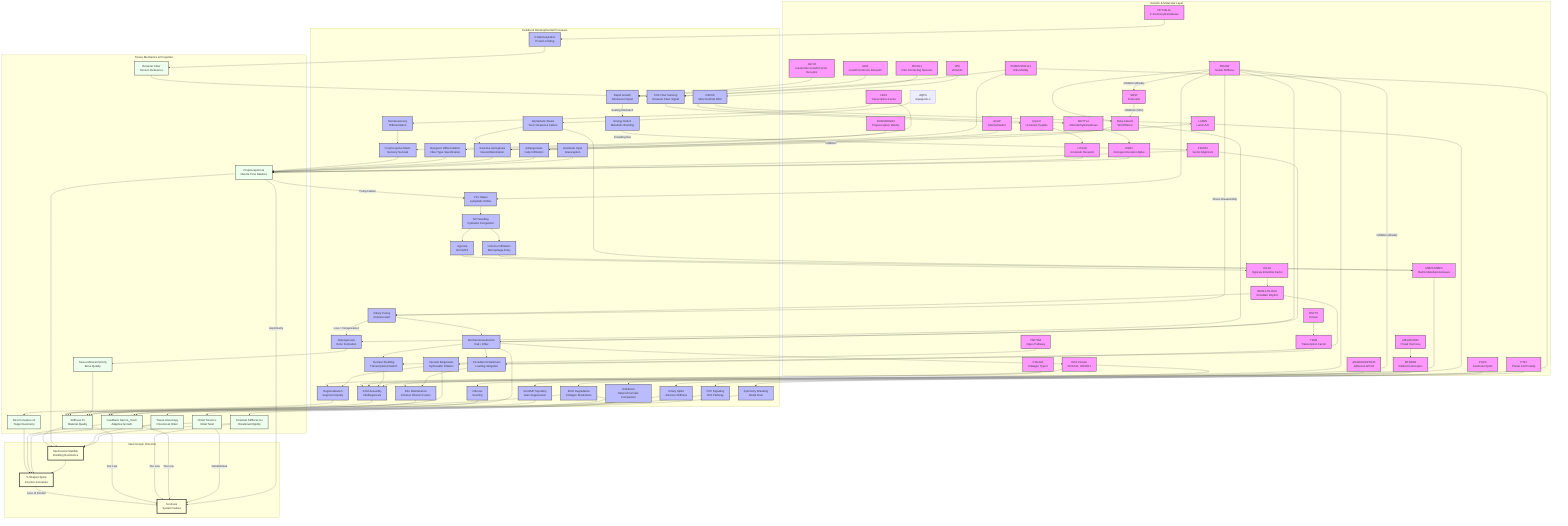
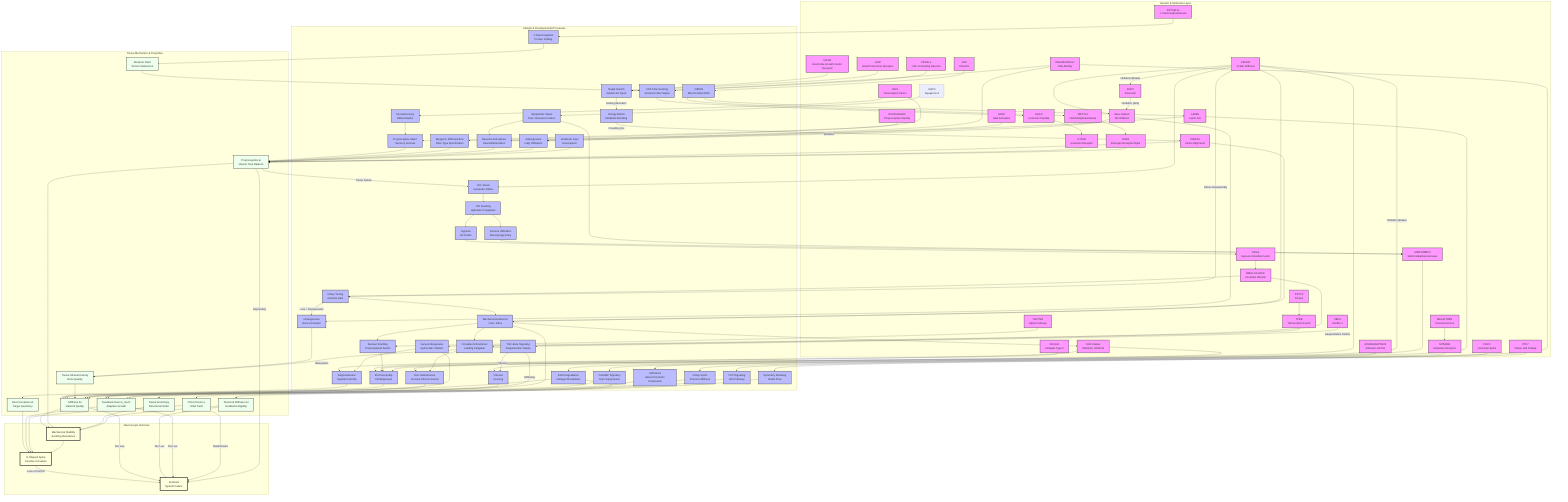
graph TD
    %% Subgraphs for Organization
    subgraph Genetics [Genetic & Molecular Layer]
        HOX[HOX Cluster<br/>HOXA10, HOXD11]
        COL[COL2A1<br/>Collagen Type II]
        PIEZO1[PIEZO1<br/>Scalar Stiffness]
        PIEZO2[PIEZO2<br/>Vector Alignment]
        CILIA[DNAH5/PKD1L1<br/>Cilia Motility]
        LBX1[LBX1<br/>Transcription Factor]
        ADGRG6[ADGRG6/GPR126<br/>Adhesion GPCR]
        PTK7[PTK7<br/>Planar Cell Polarity]
        YAP[YAP/TAZ<br/>Hippo Pathway]
        PKD2L1[PKD2L1<br/>CSF-Contacting Neurons]
        MMP[MMP1/MMP3<br/>Matrix Metalloproteinases]
        URP[Urp1/2<br/>Urotensin Peptide]
        UTS2R[UTS2R<br/>Urotensin Receptor]
        GFAP[GFAP<br/>Glial Activation]
        VIM[VIM<br/>Vimentin]
        LAMIN[LAMIN<br/>Lamin A/C]
        BMAL1[BMAL1/CLOCK<br/>Circadian Rhythm]
        RUNX3[RUNX3/EGR3<br/>Proprioceptive Identity]
        METTL3[METTL3<br/>m6A Methyltransferase]
        ESR1[ESR1<br/>Estrogen Receptor Alpha]
        AQP4[AQP4<br/>Aquaporin-4]
        MELATONIN[MELATONIN<br/>Pineal Hormone]
        MT2[MTNR1B<br/>Melatonin Receptor]
        HIF1A[HIF1A<br/>Hypoxia Inducible Factor]
        POC5[POC5<br/>Centriolar Splint]
        DSTYK[DSTYK<br/>Kinase]
        TFEB[TFEB<br/>Transcription Factor]
        Beta_Catenin[Beta-Catenin<br/>Wnt Effector]
        DPY19L1L[DPY19L1L<br/>C-mannosyltransferase]
        IGF1R[IGF1R<br/>Insulin-like Growth Factor Receptor]
        GHR[GHR<br/>Growth Hormone Receptor]
        SOST[SOST<br/>Sclerostin]
+         FBN1[FBN1<br/>Fibrillin-1]
    end

    subgraph Processes [Cellular & Developmental Processes]
        Astrogliosis[Reactive Astrogliosis<br/>Neuroinflammation]
        Region[Regionalization<br/>Segment Identity]
        ECM_Assembly[ECM Assembly<br/>Fibrillogenesis]
        Nucl_Shuttle[Nuclear Shuttling<br/>Transcriptional Switch]
        Mech_Trans[Mechanotransduction<br/>Ca2+ Influx]
        Sym_Break[Symmetry Breaking<br/>Nodal Flow]
        CSF_Sensing[CSF Flow Sensing<br/>Reissner Fiber Signal]
        Neur_Diff[Somatosensory<br/>Differentiation]
        Muscle_Diff[Myogenic Differentiation<br/>Fiber Type Specification]
        Disc_Maint[Disc Maintenance<br/>Annulus Fibrosis Fusion]
        PCP_Sig[PCP Signaling<br/>Wnt Pathway]
        Degradation[ECM Degradation<br/>Collagen Breakdown]
        mtROS[mtROS<br/>Mitochondrial ROS]
        Adipogenesis[Adipogenesis<br/>Fatty Infiltration]
        Hydraulic_Congestion[IVD Swelling<br/>Hydraulic Congestion]
        Immune_Infilt[Immune Infiltration<br/>Macrophage Entry]
        Circadian_Entrain[Circadian Entrainment<br/>Loading Zeitgeber]
        Proprio_Maint[Proprioceptive Maint.<br/>Sensory Survival]
        H3K9me3[H3K9me3<br/>Heterochromatin Compaction]
        VCL_Stasis[VCL Stasis<br/>Lymphatic Reflux]
        Glymphatic_Stasis[Glymphatic Stasis<br/>Toxic Clearance Failure]
        Vestibular_Input[Vestibular Input<br/>Graviception]
        Gi_cAMP[Gi/cAMP Signaling<br/>Gain Suppression]
        Ciliary_Tuning[Ciliary Tuning<br/>Antenna Gain]
        Hypoxia[Hypoxia<br/>O2 Deficit]
        Osteogenesis[Osteogenesis<br/>Bone Formation]
        Ciliary_Splint[Ciliary Splint<br/>Antenna Stiffness]
        Vacuole_Biogenesis[Vacuole Biogenesis<br/>Hydrostatic Inflation]
        C_Mannosylation[C-Mannosylation<br/>Protein Folding]
        Rapid_Growth[Rapid Growth<br/>Adolescent Spurt]
        Energy_Deficit[Energy Deficit<br/>Metabolic Buckling]
        Fibrosis[Fibrosis<br/>Scarring]
+         TGFB[TGF-Beta Signaling<br/>Sequestration Failure]
    end

    subgraph Tissue [Tissue Mechanics & Properties]
        Rest_Kappa[Rest Curvature κ0<br/>Target Geometry]
        Stiffness[Stiffness EI<br/>Material Quality]
        Torsional_Stiffness[Torsional Stiffness GJ<br/>Rotational Rigidity]
        Gain[Feedback Gain G_mech<br/>Adaptive Growth]
        Torsion[Chiral Torsion ε<br/>Initial Twist]
        Muscle_Tone[Proprioception &<br/>Muscle Tone Balance]
        Anisotropy[Tissue Anisotropy<br/>Directional Order]
        TMD[Tissue Mineral Density<br/>Bone Quality]
        Reissner_Fiber[Reissner Fiber<br/>Tension Reference]
    end

    subgraph Outcome [Macroscopic Outcome]
        S_Curve[S-Shaped Spine<br/>Counter-Curvature]
        Stability[Mechanical Stability<br/>Buckling Resistance]
        Scoliosis[Scoliosis<br/>System Failure]
    end

    %% Connections
    HOX --> Region
    Region --> Rest_Kappa
    Rest_Kappa --> S_Curve

    COL --> ECM_Assembly
    ECM_Assembly --> Stiffness
    Stiffness --> Stability

    PIEZO1 --> Mech_Trans
    PIEZO2 --> Mech_Trans
    Mech_Trans --> Gain
    Gain --> S_Curve

    %% NEW ARC: Piezo Duality (Vector-Scalar Mismatch)
    PIEZO1 --> ECM_Assembly
    PIEZO2 --> Muscle_Tone

    CILIA --> Sym_Break
    Sym_Break --> Torsion
    Torsion --> S_Curve

    LBX1 --> Neur_Diff
    LBX1 --> Muscle_Diff
    Neur_Diff --> Proprio_Maint
    Proprio_Maint --> Muscle_Tone
    Muscle_Diff --> Muscle_Tone
    Muscle_Tone --> Stability

    %% NEW ARC: Proprioceptive Maintenance
    RUNX3 --> Proprio_Maint

    %% NEW ARC: ADGRG6
    ADGRG6 --> Disc_Maint
    Disc_Maint --> Stiffness

    %% NEW ARC: PTK7
    PTK7 --> PCP_Sig
    PCP_Sig --> Anisotropy
    Anisotropy --> Stability

    %% NEW ARC: YAP/TAZ
    YAP --> Nucl_Shuttle
    Nucl_Shuttle --> ECM_Assembly
    Mech_Trans --> Nucl_Shuttle

    %% NEW ARC: CSF/Reissner Fiber
    CILIA --> CSF_Sensing
    PKD2L1 --> CSF_Sensing
    CSF_Sensing --> URP
    URP --> UTS2R
    UTS2R --> Muscle_Tone

    %% NEW ARC: MMP Degradation
    MMP --> Degradation
    Degradation --> Stiffness

    %% NEW ARC: Neuro-Inflammatory Pathway
    CILIA --> Astrogliosis
    GFAP --> Astrogliosis
    Astrogliosis --> Muscle_Tone

    %% NEW ARC: Vimentin Metabolic Switch
    VIM --> mtROS
    mtROS --> LAMIN
    LAMIN --> Adipogenesis
    Adipogenesis --> Muscle_Tone

    %% NEW ARC: Inflamed Torsion
    Hydraulic_Congestion --> Immune_Infilt
    Immune_Infilt --> MMP
    Degradation --> Torsional_Stiffness
    Torsional_Stiffness --> Stability

    %% NEW ARC: Glymphatic Stasis
    AQP4 --> Glymphatic_Stasis
    Glymphatic_Stasis --> Astrogliosis

    %% NEW ARC: Glymphatic-MMP Axis (Chen et al., 2025)
    Glymphatic_Stasis --> MMP

    %% NEW ARC: Melatonin Gain Control
    MELATONIN --> MT2
    MT2 --> Gi_cAMP
    Gi_cAMP --> Gain

    %% NEW ARC: Vestibular Asymmetry
    Vestibular_Input --> Muscle_Tone

    %% Cross-Talk and Failures
    Stability --> S_Curve
    S_Curve -- "Loss of Control" --> Scoliosis
    Stiffness -- "Too Low" --> Scoliosis
    Torsional_Stiffness -- "Too Low" --> Scoliosis
    Gain -- "Too Low" --> Scoliosis
    Torsion -- "Randomized" --> Scoliosis
    Muscle_Tone -- "Asymmetry" --> Scoliosis

    %% Styling
    classDef gene fill:#f9f,stroke:#333,stroke-width:2px;
    classDef process fill:#bbf,stroke:#333,stroke-width:2px;
    classDef tissue fill:#efe,stroke:#333,stroke-width:2px;
    classDef outcome fill:#ffd,stroke:#333,stroke-width:4px;

    %% NEW ARC: Spinal Jetlag
    BMAL1 --> Circadian_Entrain
    Mech_Trans --> Circadian_Entrain
    Circadian_Entrain --> Disc_Maint

    %% NEW ARC: Tunable Antenna (Miyoshi et al., 2024)
    BMAL1 --> Ciliary_Tuning
    Ciliary_Tuning --> Mech_Trans

    %% NEW ARC: Epigenetic Asymmetry
    mtROS --> METTL3
    METTL3 --> ESR1
    ESR1 --> Muscle_Tone

    %% NEW ARC: Nuclear Stiffness (Scalar Senescence)
    LAMIN --> H3K9me3
    H3K9me3 --> Gain

    %% NEW ARC: Lymphatic Drainage Pathway (VCL)
    Muscle_Tone -- "Pump Failure" --> VCL_Stasis
    VCL_Stasis --> Hydraulic_Congestion

    %% NEW ARC: Hypoxic Clock Block (HIF1A)
    Hydraulic_Congestion --> Hypoxia
    Hypoxia --> HIF1A
    HIF1A --> BMAL1

    %% NEW ARC: Tension-Dependent Identity (HOX)
    Mech_Trans --> HOX
    HOX --> ECM_Assembly

    %% NEW ARC: Bone Mineralization (Ramli et al., 2024)
    %% PIEZO1 --> Osteogenesis (Replaced by BMSC Switch below)
    Osteogenesis --> TMD
    TMD --> Stiffness

    %% NEW ARC: BMSC Fate Switch (Li et al., 2023)
    PIEZO1 --> Beta_Catenin
    Beta_Catenin --> Osteogenesis
    Beta_Catenin -- "Inhibition" --> Adipogenesis

    %% NEW ARC: Centriolar Splint (POC5)
    POC5 --> Ciliary_Splint
    Ciliary_Splint --> Gain

    %% NEW ARC: Hydrostatic Skeleton (DSTYK/TFEB)
    DSTYK --> TFEB
    TFEB --> Vacuole_Biogenesis
    Vacuole_Biogenesis --> Stiffness
    Vacuole_Biogenesis --> Region

    %% NEW ARC: Piezo-Cilia Stress Lock (Chen et al., 2025)
    PIEZO1 -- "Stress Disassembly" --> Ciliary_Tuning
    Ciliary_Tuning -- "Loss = Derepression" --> Osteogenesis

    %% NEW ARC: Sweet String Pathway (DPY19L1L)
    DPY19L1L --> C_Mannosylation
    C_Mannosylation --> Reissner_Fiber
    Reissner_Fiber --> CSF_Sensing

    %% NEW ARC: Metabolic Buckling Pathway
    IGF1R --> Rapid_Growth
    GHR --> Rapid_Growth
    Rapid_Growth -- "Scaling Mismatch" --> Energy_Deficit
    Energy_Deficit -- "Crowding Out" --> PIEZO2

    %% NEW ARC: Piezo-Lymphatic Baroreflex
    PIEZO1 --> VCL_Stasis

    %% NEW ARC: Piezo-Fibrosis Brake (Rashidi et al., 2025)
    PIEZO1 -- "Inhibition (Brake)" --> Fibrosis
    Fibrosis --> Stiffness

    %% NEW ARC: Sclerostin Brake (Vasiliadis 2021)
    PIEZO1 -- "Inhibition (Brake)" --> SOST
    SOST -- "Inhibition (Wnt)" --> Beta_Catenin

-     class HOX,COL,PIEZO1,PIEZO2,CILIA,LBX1,ADGRG6,PTK7,YAP,PKD2L1,MMP,URP,UTS2R,GFAP,VIM,LAMIN,BMAL1,RUNX3,METTL3,ESR1,MELATONIN,MT2,HIF1A,POC5,DSTYK,TFEB,Beta_Catenin,DPY19L1L,IGF1R,GHR,SOST gene;
-     class Region,ECM_Assembly,Mech_Trans,Sym_Break,Neur_Diff,Muscle_Diff,Disc_Maint,PCP_Sig,Nucl_Shuttle,CSF_Sensing,Degradation,Astrogliosis,mtROS,Adipogenesis,Hydraulic_Congestion,Immune_Infilt,Circadian_Entrain,Proprio_Maint,H3K9me3,VCL_Stasis,Glymphatic_Stasis,Vestibular_Input,Gi_cAMP,Ciliary_Tuning,Hypoxia,Osteogenesis,Ciliary_Splint,Vacuole_Biogenesis,C_Mannosylation,Rapid_Growth,Energy_Deficit,Fibrosis process;
+     %% NEW ARC: Fibrillin-TGFB Tether (Marfanoid Mechanism)
+     FBN1 -- "Sequestration Failure" --> TGFB
+     TGFB -- "Osteopenia" --> TMD
+     TGFB -- "Fibrosis" --> Fibrosis
+     TGFB -- "Stiffening" --> Stiffness
+ 
+     class HOX,COL,PIEZO1,PIEZO2,CILIA,LBX1,ADGRG6,PTK7,YAP,PKD2L1,MMP,URP,UTS2R,GFAP,VIM,LAMIN,BMAL1,RUNX3,METTL3,ESR1,MELATONIN,MT2,HIF1A,POC5,DSTYK,TFEB,Beta_Catenin,DPY19L1L,IGF1R,GHR,SOST,FBN1 gene;
+     class Region,ECM_Assembly,Mech_Trans,Sym_Break,Neur_Diff,Muscle_Diff,Disc_Maint,PCP_Sig,Nucl_Shuttle,CSF_Sensing,Degradation,Astrogliosis,mtROS,Adipogenesis,Hydraulic_Congestion,Immune_Infilt,Circadian_Entrain,Proprio_Maint,H3K9me3,VCL_Stasis,Glymphatic_Stasis,Vestibular_Input,Gi_cAMP,Ciliary_Tuning,Hypoxia,Osteogenesis,Ciliary_Splint,Vacuole_Biogenesis,C_Mannosylation,Rapid_Growth,Energy_Deficit,Fibrosis,TGFB process;
    class Rest_Kappa,Stiffness,Torsional_Stiffness,Gain,Torsion,Muscle_Tone,Anisotropy,TMD,Reissner_Fiber tissue;
    class S_Curve,Stability,Scoliosis outcome;
